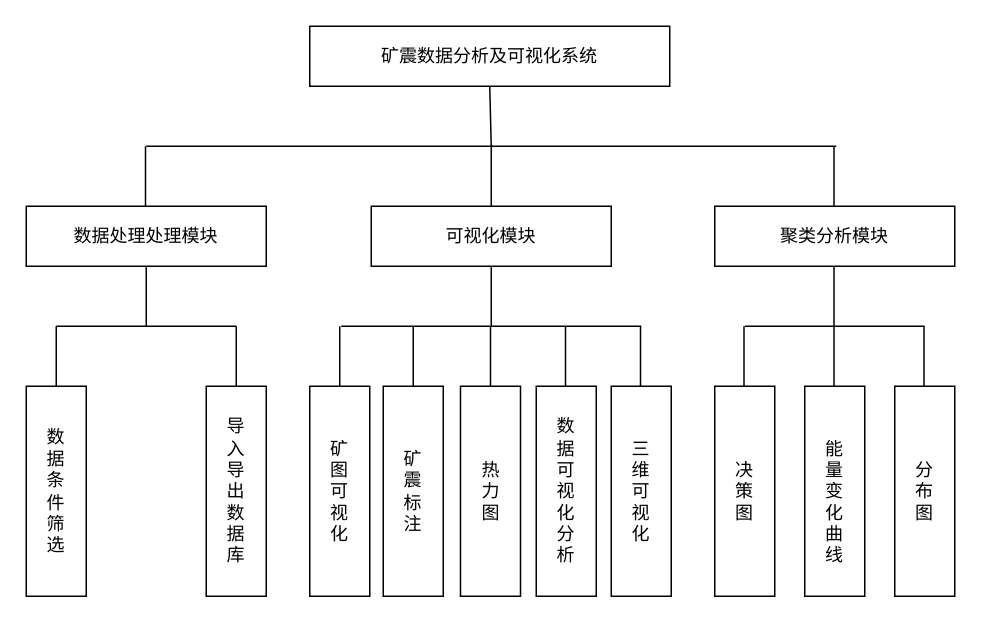
Before: Untitled Diagram.drawio in gugugu404/MyFirstProject, a draw.io diagram. Source tidied: cells renumbered, new cells numbered last; positions are measured from the earlier drawing's top-left corner, leaving out a move shared by most shapes. Both pictures are drawn from the tidied source at 150%, with x=0, y=0 at pixel (26, 26).
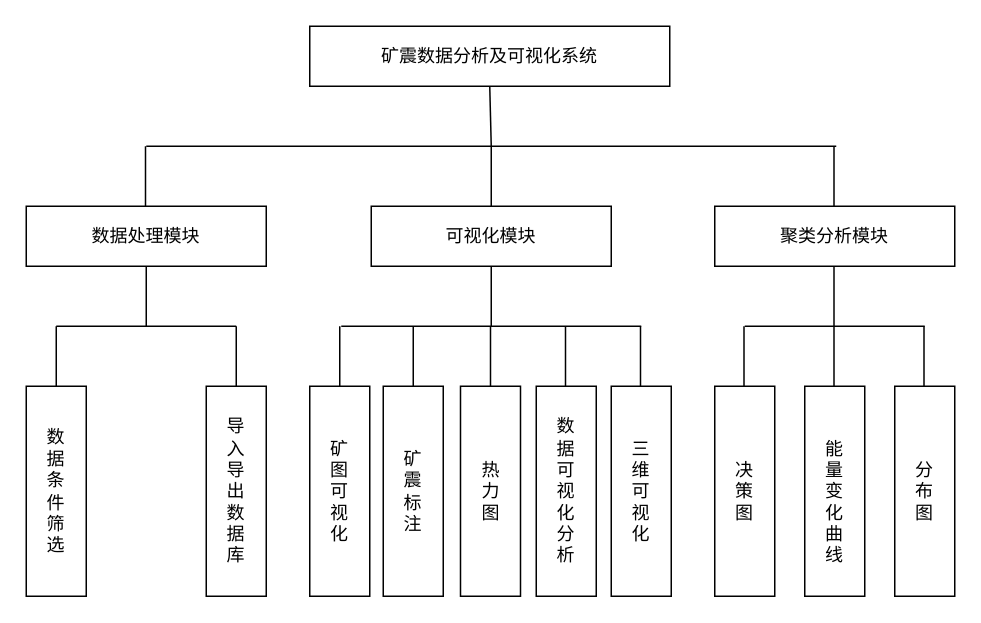
The same diagram, later.

What changed in the source:
```diff
@@
-    <mxCell id="4" value="数据处理处理模块" style="rounded=0;whiteSpace=wrap;html=1;" parent="1" vertex="1">
+    <mxCell id="4" value="数据处理模块" style="rounded=0;whiteSpace=wrap;html=1;" parent="1" vertex="1">
       <mxGeometry y="120" width="160" height="40" as="geometry" />
     </mxCell>
```
